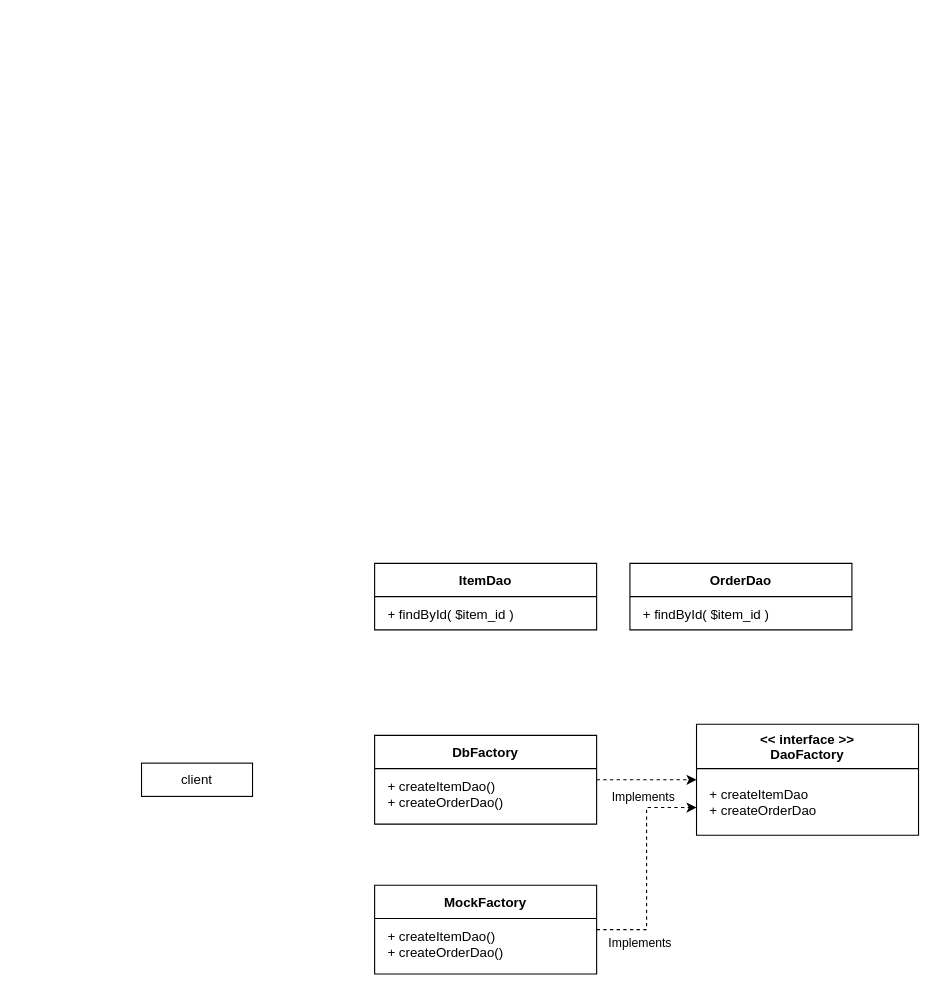
This is design-pattern/AbstractFactory/class-diagram.drawio from hanahageWanko/php-project, a draw.io file, before an edit. Source tidied: cells renumbered, new cells numbered last; positions are measured from the earlier drawing's top-left corner, leaving out a move shared by most shapes. Both pictures are drawn from the tidied source at 111%, with x=0, y=0 at pixel (141, 563).
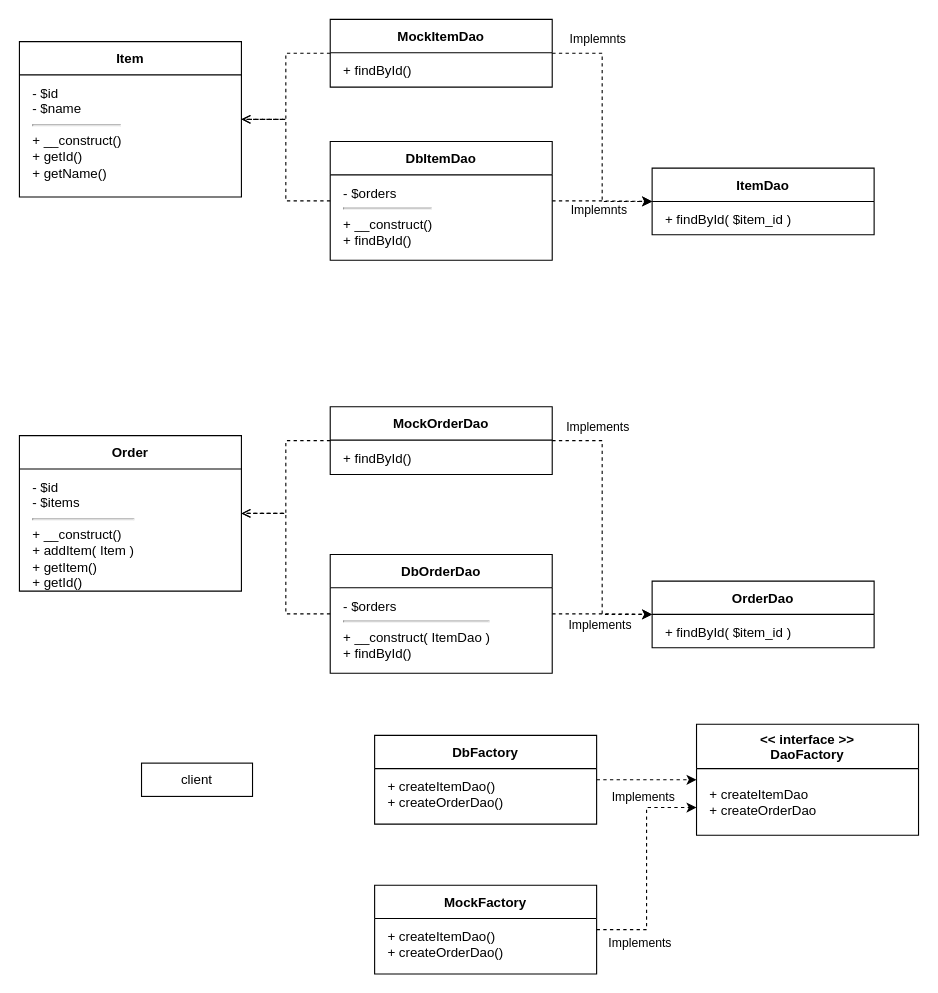
The same page after the edit.

The edit, as a diff of the source:
```diff
@@
     <mxCell id="13" value="ItemDao" style="swimlane;startSize=30;" parent="1" vertex="1">
-      <mxGeometry x="210" width="200" height="60" as="geometry" />
+      <mxGeometry x="460" y="-356" width="200" height="60" as="geometry" />
     </mxCell>
@@
     <mxCell id="15" value="OrderDao" style="swimlane;startSize=30;" parent="1" vertex="1">
-      <mxGeometry x="440" width="200" height="60" as="geometry" />
+      <mxGeometry x="460" y="16" width="200" height="60" as="geometry" />
     </mxCell>
@@
+    <mxCell id="17" style="edgeStyle=orthogonalEdgeStyle;rounded=0;jettySize=auto;html=1;entryX=0;entryY=0.5;entryDx=0;entryDy=0;dashed=1;" parent="1" edge="1" source="20" target="15">
+      <mxGeometry relative="1" as="geometry" />
+    </mxCell>
+    <mxCell id="18" value="Implements" style="edgeLabel;html=1;align=center;verticalAlign=middle;" parent="17" vertex="1">
+      <mxGeometry x="-0.18" relative="1" as="geometry">
+        <mxPoint x="5" y="10" as="offset" />
+      </mxGeometry>
+    </mxCell>
+    <mxCell id="19" style="edgeStyle=orthogonalEdgeStyle;rounded=0;jettySize=auto;html=1;entryX=1;entryY=0.5;entryDx=0;entryDy=0;endArrow=open;endFill=0;dashed=1;" parent="1" edge="1" source="20" target="39">
+      <mxGeometry relative="1" as="geometry" />
+    </mxCell>
+    <mxCell id="20" value="DbOrderDao" style="swimlane;startSize=30;" parent="1" vertex="1">
+      <mxGeometry x="170" y="-8" width="200" height="107" as="geometry" />
+    </mxCell>
+    <mxCell id="21" value="- $orders&lt;br&gt;&lt;hr id=&quot;null&quot;&gt;+ __construct( ItemDao )&lt;br&gt;+ findById()" style="text;html=1;strokeColor=none;fillColor=none;align=left;verticalAlign=top;whiteSpace=wrap;rounded=0;" parent="20" vertex="1">
+      <mxGeometry x="10" y="33" width="180" height="67" as="geometry" />
+    </mxCell>
+    <mxCell id="22" style="edgeStyle=orthogonalEdgeStyle;rounded=0;jettySize=auto;html=1;entryX=0;entryY=0.5;entryDx=0;entryDy=0;dashed=1;" parent="1" edge="1" source="25" target="13">
+      <mxGeometry relative="1" as="geometry" />
+    </mxCell>
+    <mxCell id="23" value="Implemnts" style="edgeLabel;html=1;align=center;verticalAlign=middle;" parent="22" vertex="1">
+      <mxGeometry x="-0.38" y="2" relative="1" as="geometry">
+        <mxPoint x="13" y="10" as="offset" />
+      </mxGeometry>
+    </mxCell>
+    <mxCell id="24" style="edgeStyle=orthogonalEdgeStyle;rounded=0;jettySize=auto;html=1;entryX=1;entryY=0.5;entryDx=0;entryDy=0;endArrow=open;endFill=0;dashed=1;" parent="1" edge="1" source="25" target="37">
+      <mxGeometry relative="1" as="geometry" />
+    </mxCell>
+    <mxCell id="25" value="DbItemDao" style="swimlane;startSize=30;" parent="1" vertex="1">
+      <mxGeometry x="170" y="-380" width="200" height="107" as="geometry" />
+    </mxCell>
+    <mxCell id="26" value="- $orders&lt;br&gt;&lt;hr id=&quot;null&quot;&gt;+ __construct()&lt;br&gt;+ findById()" style="text;html=1;strokeColor=none;fillColor=none;align=left;verticalAlign=top;whiteSpace=wrap;rounded=0;" parent="25" vertex="1">
+      <mxGeometry x="10" y="33" width="180" height="67" as="geometry" />
+    </mxCell>
+    <mxCell id="27" style="edgeStyle=orthogonalEdgeStyle;rounded=0;jettySize=auto;html=1;entryX=0;entryY=0.5;entryDx=0;entryDy=0;dashed=1;" parent="1" edge="1" source="30" target="15">
+      <mxGeometry relative="1" as="geometry" />
+    </mxCell>
+    <mxCell id="28" value="Implements" style="edgeLabel;html=1;align=center;verticalAlign=middle;" parent="27" vertex="1">
+      <mxGeometry x="-0.01" y="4" relative="1" as="geometry">
+        <mxPoint x="-9" y="-90" as="offset" />
+      </mxGeometry>
+    </mxCell>
+    <mxCell id="29" style="edgeStyle=orthogonalEdgeStyle;rounded=0;jettySize=auto;html=1;entryX=1;entryY=0.5;entryDx=0;entryDy=0;endArrow=open;endFill=0;dashed=1;" parent="1" edge="1" source="30" target="39">
+      <mxGeometry relative="1" as="geometry" />
+    </mxCell>
+    <mxCell id="30" value="MockOrderDao" style="swimlane;startSize=30;" parent="1" vertex="1">
+      <mxGeometry x="170" y="-141" width="200" height="61" as="geometry" />
+    </mxCell>
+    <mxCell id="31" value="+ findById()" style="text;html=1;strokeColor=none;fillColor=none;align=left;verticalAlign=top;whiteSpace=wrap;rounded=0;" parent="30" vertex="1">
+      <mxGeometry x="10" y="33" width="180" height="27" as="geometry" />
+    </mxCell>
+    <mxCell id="32" style="edgeStyle=orthogonalEdgeStyle;rounded=0;jettySize=auto;html=1;entryX=0;entryY=0.5;entryDx=0;entryDy=0;dashed=1;" parent="1" edge="1" source="35" target="13">
+      <mxGeometry relative="1" as="geometry" />
+    </mxCell>
+    <mxCell id="33" value="Implemnts" style="edgeLabel;html=1;align=center;verticalAlign=middle;" parent="32" vertex="1">
+      <mxGeometry x="-0.42" y="2" relative="1" as="geometry">
+        <mxPoint x="-7" y="-33" as="offset" />
+      </mxGeometry>
+    </mxCell>
+    <mxCell id="34" style="edgeStyle=orthogonalEdgeStyle;rounded=0;jettySize=auto;html=1;entryX=1;entryY=0.5;entryDx=0;entryDy=0;endArrow=open;endFill=0;dashed=1;" parent="1" edge="1" source="35" target="37">
+      <mxGeometry relative="1" as="geometry" />
+    </mxCell>
+    <mxCell id="35" value="MockItemDao" style="swimlane;startSize=30;" parent="1" vertex="1">
+      <mxGeometry x="170" y="-490" width="200" height="61" as="geometry" />
+    </mxCell>
+    <mxCell id="36" value="+ findById()" style="text;html=1;strokeColor=none;fillColor=none;align=left;verticalAlign=top;whiteSpace=wrap;rounded=0;" parent="35" vertex="1">
+      <mxGeometry x="10" y="33" width="180" height="27" as="geometry" />
+    </mxCell>
+    <mxCell id="37" value="Item" style="swimlane;startSize=30;" parent="1" vertex="1">
+      <mxGeometry x="-110" y="-470" width="200" height="140" as="geometry" />
+    </mxCell>
+    <mxCell id="38" value="- $id&lt;br&gt;- $name&lt;br&gt;&lt;hr id=&quot;null&quot;&gt;+ __construct()&lt;br&gt;+ getId()&lt;br&gt;+ getName()" style="text;html=1;strokeColor=none;fillColor=none;align=left;verticalAlign=top;whiteSpace=wrap;rounded=0;" parent="37" vertex="1">
+      <mxGeometry x="10" y="33" width="180" height="97" as="geometry" />
+    </mxCell>
+    <mxCell id="39" value="Order" style="swimlane;startSize=30;" parent="1" vertex="1">
+      <mxGeometry x="-110" y="-115" width="200" height="140" as="geometry" />
+    </mxCell>
+    <mxCell id="40" value="- $id&lt;br&gt;- $items&lt;br&gt;&lt;hr id=&quot;null&quot;&gt;+ __construct()&lt;br&gt;+ addItem( Item )&lt;br&gt;+ getItem()&lt;br&gt;+ getId()" style="text;html=1;strokeColor=none;fillColor=none;align=left;verticalAlign=top;whiteSpace=wrap;rounded=0;" parent="39" vertex="1">
+      <mxGeometry x="10" y="33" width="180" height="97" as="geometry" />
+    </mxCell>
```
